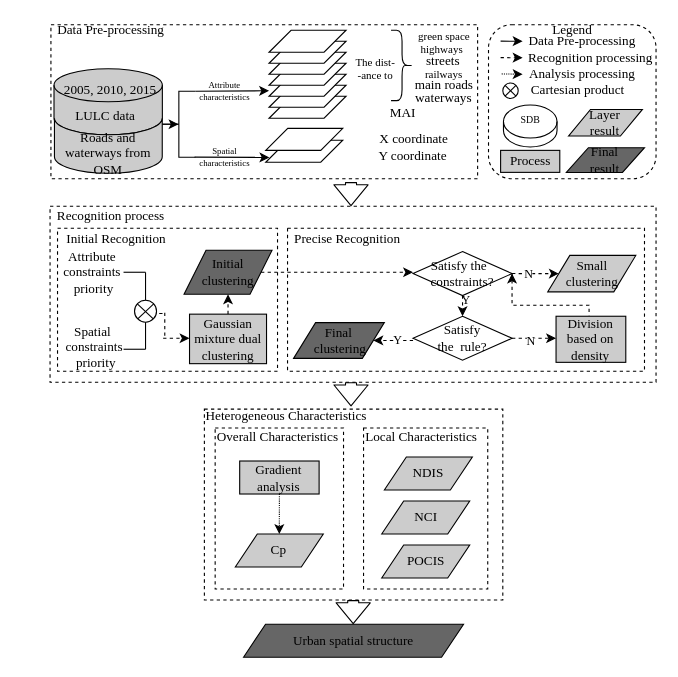
Above: Untitled Diagram.drawio in xiaotongtongxue/flowChar (draw.io), before the change. Source tidied: cells renumbered, new cells numbered last; positions are measured from the earlier drawing's top-left corner, leaving out a move shared by most shapes. Both pictures are drawn from the tidied source at 110%, with x=0, y=0 at pixel (22, 19).
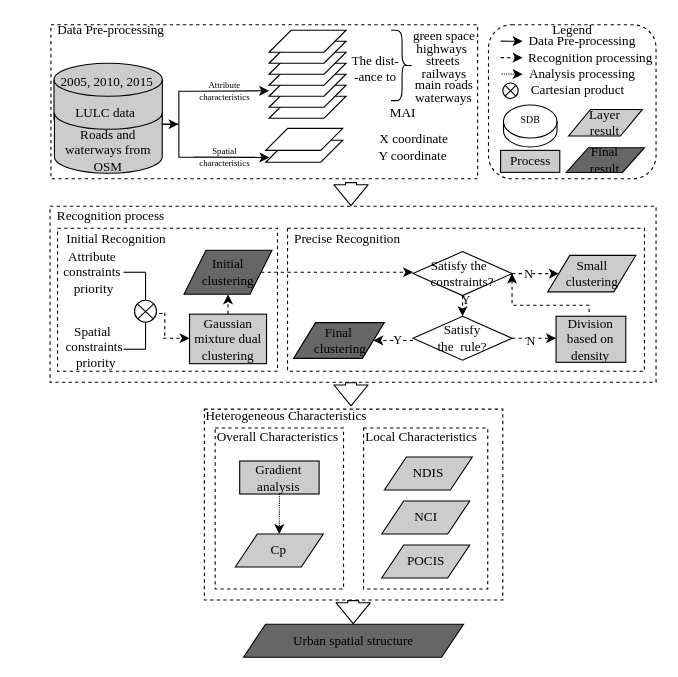
Above is the later version.

What changed in the source:
```diff
@@
     <mxCell id="8" value="LULC data&amp;nbsp;&amp;nbsp;" style="shape=cylinder3;whiteSpace=wrap;html=1;boundedLbl=1;backgroundOutline=1;size=15;fontFamily=Times New Roman;shadow=0;fillColor=#CCCCCC;" parent="1" vertex="1">
-      <mxGeometry x="28.6" y="45" width="98.5" height="60" as="geometry" />
+      <mxGeometry x="28.6" y="40" width="98.5" height="65" as="geometry" />
     </mxCell>
     <mxCell id="9" value="2005, 2010, 2015" style="text;html=1;strokeColor=none;fillColor=none;align=center;verticalAlign=middle;whiteSpace=wrap;rounded=0;fontFamily=Times New Roman;" parent="1" vertex="1">
-      <mxGeometry x="0.1" y="59" width="160" height="10" as="geometry" />
+      <mxGeometry x="-3" y="52" width="160" height="10" as="geometry" />
     </mxCell>
     <mxCell id="10" value="&lt;span&gt;Roads and waterways from OSM&lt;/span&gt;" style="shape=cylinder3;whiteSpace=wrap;html=1;boundedLbl=1;backgroundOutline=1;size=15;lid=0;fontFamily=Times New Roman;fillColor=#CCCCCC;" parent="1" vertex="1">
-      <mxGeometry x="29" y="90" width="98" height="50" as="geometry" />
+      <mxGeometry x="29" y="85" width="98" height="55" as="geometry" />
     </mxCell>
@@
-    <mxCell id="20" value="&lt;div&gt;&lt;font style=&quot;font-size: 10px;&quot;&gt;green space&lt;/font&gt;&lt;/div&gt;" style="text;html=1;strokeColor=none;fillColor=none;align=center;verticalAlign=middle;whiteSpace=wrap;rounded=0;fontFamily=Times New Roman;" parent="1" vertex="1">
+    <mxCell id="20" value="&lt;div&gt;&lt;font style=&quot;font-size: 12px;&quot;&gt;green space&lt;/font&gt;&lt;/div&gt;" style="text;html=1;strokeColor=none;fillColor=none;align=center;verticalAlign=middle;whiteSpace=wrap;rounded=0;fontFamily=Times New Roman;" parent="1" vertex="1">
       <mxGeometry x="343.5" y="5" width="78.6" height="20" as="geometry" />
     </mxCell>
-    <mxCell id="21" value="&lt;div&gt;&lt;font style=&quot;font-size: 10px;&quot;&gt;highways&lt;/font&gt;&lt;/div&gt;" style="text;html=1;strokeColor=none;fillColor=none;align=center;verticalAlign=middle;whiteSpace=wrap;rounded=0;fontFamily=Times New Roman;" parent="1" vertex="1">
+    <mxCell id="21" value="&lt;div&gt;&lt;font style=&quot;font-size: 12px;&quot;&gt;highways&lt;/font&gt;&lt;/div&gt;" style="text;html=1;strokeColor=none;fillColor=none;align=center;verticalAlign=middle;whiteSpace=wrap;rounded=0;fontFamily=Times New Roman;" parent="1" vertex="1">
       <mxGeometry x="347" y="17" width="68.6" height="20" as="geometry" />
     </mxCell>
@@
-    <mxCell id="23" value="&lt;div&gt;&lt;font style=&quot;font-size: 10px;&quot;&gt;&amp;nbsp;railways&lt;/font&gt;&lt;/div&gt;" style="text;html=1;strokeColor=none;fillColor=none;align=center;verticalAlign=middle;whiteSpace=wrap;rounded=0;fontFamily=Times New Roman;" parent="1" vertex="1">
+    <mxCell id="23" value="&lt;div&gt;&lt;font style=&quot;font-size: 12px;&quot;&gt;&amp;nbsp;railways&lt;/font&gt;&lt;/div&gt;" style="text;html=1;strokeColor=none;fillColor=none;align=center;verticalAlign=middle;whiteSpace=wrap;rounded=0;fontFamily=Times New Roman;" parent="1" vertex="1">
       <mxGeometry x="345.5" y="40" width="71.6" height="20" as="geometry" />
     </mxCell>
@@
-    <mxCell id="100" value="&lt;div style=&quot;font-size: 10px;&quot;&gt;The dist-&lt;/div&gt;&lt;div style=&quot;font-size: 10px;&quot;&gt;-ance&amp;nbsp;&lt;span style=&quot;background-color: initial;&quot;&gt;to&lt;/span&gt;&lt;/div&gt;" style="text;html=1;strokeColor=none;fillColor=none;align=center;verticalAlign=middle;whiteSpace=wrap;rounded=0;fontFamily=Times New Roman;" parent="1" vertex="1">
+    <mxCell id="100" value="&lt;div style=&quot;&quot;&gt;&lt;font style=&quot;font-size: 12px;&quot;&gt;The dist-&lt;/font&gt;&lt;/div&gt;&lt;div style=&quot;&quot;&gt;&lt;font style=&quot;font-size: 12px;&quot;&gt;-ance&amp;nbsp;&lt;span style=&quot;background-color: initial;&quot;&gt;to&lt;/span&gt;&lt;/font&gt;&lt;/div&gt;" style="text;html=1;strokeColor=none;fillColor=none;align=center;verticalAlign=middle;whiteSpace=wrap;rounded=0;fontFamily=Times New Roman;" parent="1" vertex="1">
       <mxGeometry x="284" y="35" width="74" height="20" as="geometry" />
     </mxCell>
```
